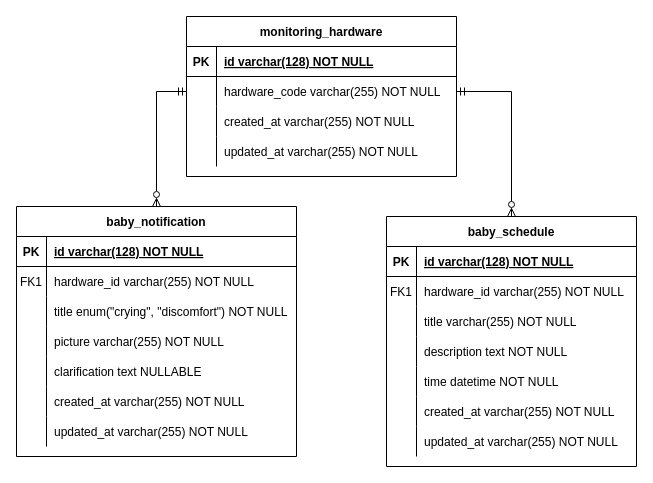
VallenDraa/uinjkt-uas-sisben keeps this draw.io diagram as docs/erd.drawio. Above is the earlier version. Source tidied: cells renumbered, new cells numbered last; positions are measured from the earlier drawing's top-left corner, leaving out a move shared by most shapes. Both pictures are drawn from the tidied source at 100%, with x=0, y=0 at pixel (16, 16).
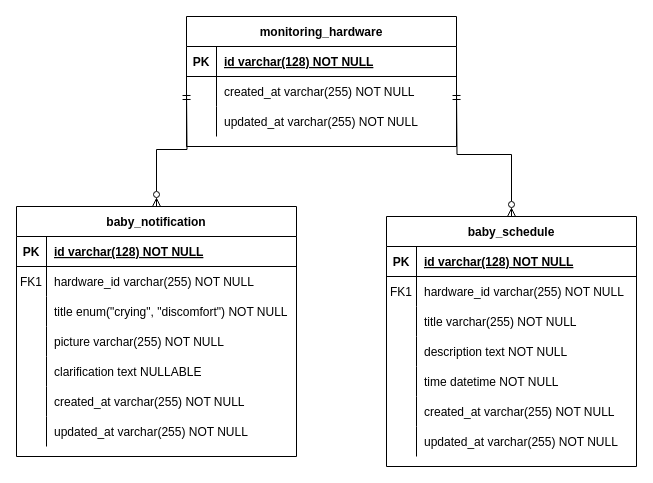
The same page after the edit.

Unchanged cells that the change refers to:
```xml
<mxCell id="15" value="baby_notification" style="shape=table;startSize=30;childLayout=tableLayout;rowLines=0;fontStyle=1;align=center;" parent="1" vertex="1">
  <mxGeometry y="190" width="280" height="250" as="geometry" />
</mxCell>
<mxCell id="37" value="baby_schedule" style="shape=table;startSize=30;childLayout=tableLayout;rowLines=0;fontStyle=1;align=center;" parent="1" vertex="1">
  <mxGeometry x="370" y="200" width="250" height="250" as="geometry" />
</mxCell>
```

Diff of the diagram source:
```diff
@@
     <mxCell id="2" value="monitoring_hardware" style="shape=table;startSize=30;childLayout=tableLayout;rowLines=0;fontStyle=1;align=center;" parent="1" vertex="1">
-      <mxGeometry x="170" width="270" height="160" as="geometry" />
+      <mxGeometry x="170" width="270" height="130" as="geometry" />
     </mxCell>
@@
-    <mxCell id="6" style="shape=partialRectangle;fillColor=none;points=[[0,0.5],[1,0.5]];portConstraint=eastwest;top=0;left=0;right=0;bottom=0;" parent="2" vertex="1">
-      <mxGeometry y="60" width="270" height="30" as="geometry" />
-    </mxCell>
-    <mxCell id="7" style="shape=partialRectangle;overflow=hidden;fillColor=none;top=0;left=0;bottom=0;right=0;" parent="6" vertex="1">
-      <mxGeometry width="30" height="30" as="geometry" />
-    </mxCell>
-    <mxCell id="8" value="hardware_code varchar(255) NOT NULL" style="shape=partialRectangle;overflow=hidden;fillColor=none;top=0;left=0;bottom=0;right=0;align=left;spacingLeft=6;" parent="6" vertex="1">
-      <mxGeometry x="30" width="240" height="30" as="geometry" />
-    </mxCell>
     <mxCell id="9" style="shape=partialRectangle;fillColor=none;top=0;left=0;right=0;bottom=0;" parent="2" vertex="1">
-      <mxGeometry y="90" width="270" height="30" as="geometry" />
+      <mxGeometry y="60" width="270" height="30" as="geometry" />
     </mxCell>
@@
     <mxCell id="12" style="shape=partialRectangle;fillColor=none;top=0;left=0;right=0;bottom=0;" parent="2" vertex="1">
-      <mxGeometry y="120" width="270" height="30" as="geometry" />
+      <mxGeometry y="90" width="270" height="30" as="geometry" />
     </mxCell>
@@
-    <mxCell id="59" style="edgeStyle=orthogonalEdgeStyle;rounded=0;jettySize=auto;html=1;endArrow=ERmandOne;endFill=0;startArrow=ERzeroToMany;startFill=0;exitX=0.5;exitY=0;exitDx=0;exitDy=0;entryX=0;entryY=0.5;entryDx=0;entryDy=0;" parent="1" edge="1" source="15" target="6">
-      <mxGeometry relative="1" as="geometry" />
+    <mxCell id="59" style="edgeStyle=orthogonalEdgeStyle;rounded=0;jettySize=auto;html=1;endArrow=ERmandOne;endFill=0;startArrow=ERzeroToMany;startFill=0;exitX=0.5;exitY=0;exitDx=0;exitDy=0;entryX=0;entryY=0.5;entryDx=0;entryDy=0;" parent="1" edge="1" source="15">
+      <mxGeometry relative="1" as="geometry">
+        <mxPoint x="170" y="75" as="targetPoint" />
+      </mxGeometry>
     </mxCell>
-    <mxCell id="60" style="edgeStyle=orthogonalEdgeStyle;rounded=0;jettySize=auto;html=1;exitX=1;exitY=0.5;exitDx=0;exitDy=0;entryX=0.5;entryY=0;entryDx=0;entryDy=0;endArrow=ERzeroToMany;endFill=0;startArrow=ERmandOne;startFill=0;" parent="1" edge="1" source="6" target="37">
-      <mxGeometry relative="1" as="geometry" />
+    <mxCell id="60" style="edgeStyle=orthogonalEdgeStyle;rounded=0;jettySize=auto;html=1;exitX=1;exitY=0.5;exitDx=0;exitDy=0;entryX=0.5;entryY=0;entryDx=0;entryDy=0;endArrow=ERzeroToMany;endFill=0;startArrow=ERmandOne;startFill=0;" parent="1" edge="1" target="37">
+      <mxGeometry relative="1" as="geometry">
+        <mxPoint x="440" y="75" as="sourcePoint" />
+      </mxGeometry>
     </mxCell>
```
